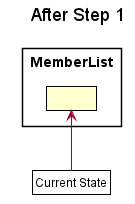
This is docs/hrDiagramPic/2-1S1.png from nus-cs2113-AY2021S1/tp, a PlantUML export, as it was before one commit.
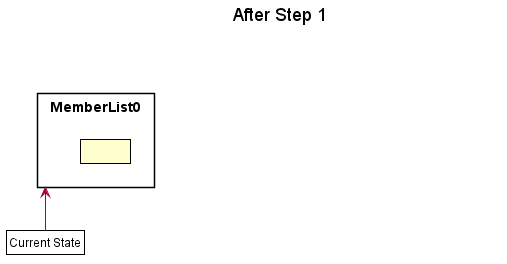
Later version of the same file.

The edit, as a diff of the source:
```diff
@@ -50,11 +50,22 @@
 
 title After Step 1
 
-package MemberList {
+package MemberList0 {
     class State1 as " "
 }
+package MemberList1 {
+    class State2 as "Member\n__John Sterling:Member__"
+}
+
+package MemberList2 {
+    class State3 as " "
+}
+
+MemberList0 -left->MemberList1
+hide MemberList1
+hide MemberList2
 
 class Pointer as "Current State" #FFFFF
-Pointer -up-> State1
+Pointer -up-> MemberList0
 
 @enduml
```
